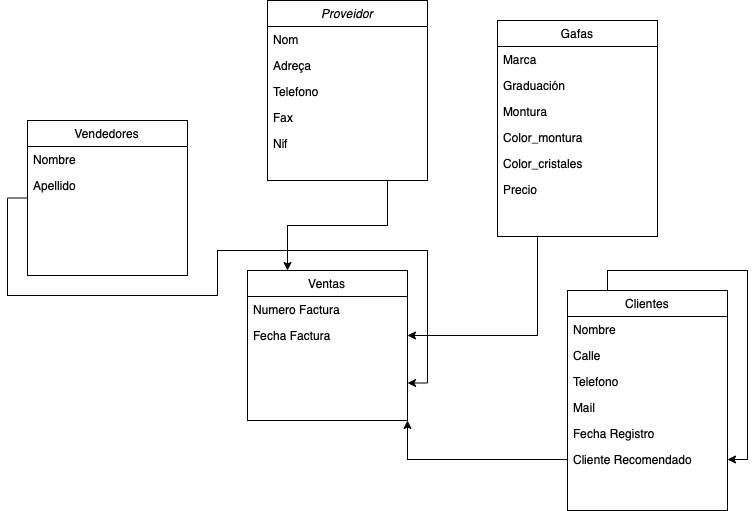
Before: opticaDB/opticaDB.png, a diagram exported from draw.io (En-Pere/mongoDB-estructura). Source tidied: cells renumbered, new cells last; positions are measured from the earlier drawing's top-left corner, leaving out a move shared by most shapes.
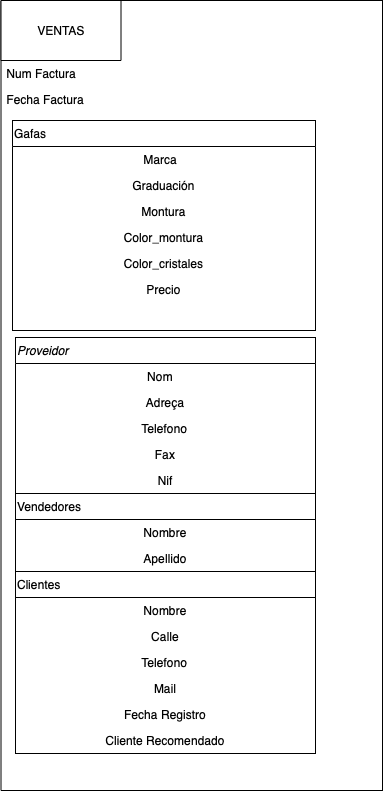
Later version of the same file.

What changed in the source:
```diff
@@ -2,98 +2,86 @@
   <root>
     <mxCell id="0" />
     <mxCell id="1" parent="0" />
-    <mxCell id="2" style="edgeStyle=orthogonalEdgeStyle;rounded=0;jettySize=auto;html=1;exitX=0.75;exitY=1;exitDx=0;exitDy=0;entryX=0.25;entryY=0;entryDx=0;entryDy=0;" parent="1" edge="1" source="3" target="29">
-      <mxGeometry relative="1" as="geometry" />
-    </mxCell>
+    <mxCell id="33" style="rounded=0;whiteSpace=wrap;html=1;" parent="1" vertex="1">
+      <mxGeometry x="-701.5" y="-10" width="381.5" height="790" as="geometry" />
+    </mxCell>
+    <mxCell id="34" value="VENTAS" style="rounded=0;whiteSpace=wrap;html=1;" parent="1" vertex="1">
+      <mxGeometry x="-701.5" y="-10" width="120" height="60" as="geometry" />
+    </mxCell>
+    <mxCell id="35" value="Num Factura" style="text;align=left;verticalAlign=top;spacingLeft=4;spacingRight=4;overflow=hidden;" parent="1" vertex="1">
+      <mxGeometry x="-701.5" y="50" width="343" height="26" as="geometry" />
+    </mxCell>
+    <mxCell id="31" value="Fecha Factura" style="text;align=left;verticalAlign=top;spacingLeft=4;spacingRight=4;overflow=hidden;points=[[0,0.5],[1,0.5]];portConstraint=eastwest;" parent="1" vertex="1">
+      <mxGeometry x="-701.5" y="76" width="343" height="26" as="geometry" />
+    </mxCell>
+    <mxCell id="22" value="Gafas" style="swimlane;fontStyle=0;align=left;verticalAlign=top;horizontal=1;startSize=26;rounded=0;shadow=0;strokeWidth=1;" parent="1" vertex="1">
+      <mxGeometry x="-690" y="110" width="303" height="210" as="geometry" />
+    </mxCell>
+    <mxCell id="23" value="Marca  " style="text;align=center;verticalAlign=top;spacingLeft=4;spacingRight=4;overflow=hidden;" parent="22" vertex="1">
+      <mxGeometry y="26" width="303" height="26" as="geometry" />
+    </mxCell>
+    <mxCell id="24" value="Graduación" style="text;align=center;verticalAlign=top;spacingLeft=4;spacingRight=4;overflow=hidden;rounded=0;shadow=0;html=0;" parent="22" vertex="1">
+      <mxGeometry y="52" width="303" height="26" as="geometry" />
+    </mxCell>
+    <mxCell id="25" value="Montura" style="text;align=center;verticalAlign=top;spacingLeft=4;spacingRight=4;overflow=hidden;rounded=0;shadow=0;html=0;" parent="22" vertex="1">
+      <mxGeometry y="78" width="303" height="26" as="geometry" />
+    </mxCell>
+    <mxCell id="26" value="Color_montura" style="text;align=center;verticalAlign=top;spacingLeft=4;spacingRight=4;overflow=hidden;rounded=0;shadow=0;html=0;" parent="22" vertex="1">
+      <mxGeometry y="104" width="303" height="26" as="geometry" />
+    </mxCell>
+    <mxCell id="27" value="Color_cristales" style="text;align=center;verticalAlign=top;spacingLeft=4;spacingRight=4;overflow=hidden;rounded=0;shadow=0;html=0;" parent="22" vertex="1">
+      <mxGeometry y="130" width="303" height="26" as="geometry" />
+    </mxCell>
+    <mxCell id="28" value="Precio" style="text;align=center;verticalAlign=top;spacingLeft=4;spacingRight=4;overflow=hidden;" parent="22" vertex="1">
+      <mxGeometry y="156" width="303" height="26" as="geometry" />
+    </mxCell>
-    <mxCell id="3" value="Proveidor" style="swimlane;fontStyle=2;align=center;verticalAlign=top;horizontal=1;startSize=26;rounded=0;shadow=0;strokeWidth=1;" parent="1" vertex="1">
-      <mxGeometry x="240" width="160" height="180" as="geometry" />
+    <mxCell id="3" value="Proveidor" style="swimlane;fontStyle=2;align=left;verticalAlign=top;horizontal=1;startSize=26;rounded=0;shadow=0;strokeWidth=1;" parent="1" vertex="1">
+      <mxGeometry x="-687" y="327" width="300" height="416" as="geometry" />
     </mxCell>
-    <mxCell id="4" value="Nom   " style="text;align=left;verticalAlign=top;spacingLeft=4;spacingRight=4;overflow=hidden;" parent="3" vertex="1">
-      <mxGeometry y="26" width="160" height="26" as="geometry" />
+    <mxCell id="4" value="Nom   " style="text;align=center;verticalAlign=top;spacingLeft=4;spacingRight=4;overflow=hidden;" parent="3" vertex="1">
+      <mxGeometry y="26" width="300" height="26" as="geometry" />
     </mxCell>
-    <mxCell id="5" value="Adreça" style="text;align=left;verticalAlign=top;spacingLeft=4;spacingRight=4;overflow=hidden;rounded=0;shadow=0;html=0;" parent="3" vertex="1">
-      <mxGeometry y="52" width="160" height="26" as="geometry" />
+    <mxCell id="5" value="Adreça" style="text;align=center;verticalAlign=top;spacingLeft=4;spacingRight=4;overflow=hidden;rounded=0;shadow=0;html=0;" parent="3" vertex="1">
+      <mxGeometry y="52" width="300" height="26" as="geometry" />
     </mxCell>
-    <mxCell id="6" value="Telefono" style="text;align=left;verticalAlign=top;spacingLeft=4;spacingRight=4;overflow=hidden;rounded=0;shadow=0;html=0;" parent="3" vertex="1">
-      <mxGeometry y="78" width="160" height="26" as="geometry" />
+    <mxCell id="6" value="Telefono" style="text;align=center;verticalAlign=top;spacingLeft=4;spacingRight=4;overflow=hidden;rounded=0;shadow=0;html=0;" parent="3" vertex="1">
+      <mxGeometry y="78" width="300" height="26" as="geometry" />
     </mxCell>
-    <mxCell id="7" value="Fax" style="text;align=left;verticalAlign=top;spacingLeft=4;spacingRight=4;overflow=hidden;rounded=0;shadow=0;html=0;" parent="3" vertex="1">
-      <mxGeometry y="104" width="160" height="26" as="geometry" />
+    <mxCell id="7" value="Fax" style="text;align=center;verticalAlign=top;spacingLeft=4;spacingRight=4;overflow=hidden;rounded=0;shadow=0;html=0;" parent="3" vertex="1">
+      <mxGeometry y="104" width="300" height="26" as="geometry" />
     </mxCell>
-    <mxCell id="8" value="Nif" style="text;align=left;verticalAlign=top;spacingLeft=4;spacingRight=4;overflow=hidden;rounded=0;shadow=0;html=0;" parent="3" vertex="1">
-      <mxGeometry y="130" width="160" height="26" as="geometry" />
+    <mxCell id="8" value="Nif" style="text;align=center;verticalAlign=top;spacingLeft=4;spacingRight=4;overflow=hidden;rounded=0;shadow=0;html=0;" parent="3" vertex="1">
+      <mxGeometry y="130" width="300" height="26" as="geometry" />
     </mxCell>
+    <mxCell id="18" value="Vendedores" style="swimlane;fontStyle=0;align=left;verticalAlign=top;horizontal=1;startSize=26;rounded=0;shadow=0;strokeWidth=1;" parent="3" vertex="1">
+      <mxGeometry y="156" width="300" height="260" as="geometry" />
+    </mxCell>
+    <mxCell id="19" value="Nombre" style="text;align=center;verticalAlign=top;spacingLeft=4;spacingRight=4;overflow=hidden;" parent="18" vertex="1">
+      <mxGeometry y="26" width="300" height="26" as="geometry" />
+    </mxCell>
+    <mxCell id="20" value="Apellido" style="text;align=center;verticalAlign=top;spacingLeft=4;spacingRight=4;overflow=hidden;" parent="18" vertex="1">
+      <mxGeometry y="52" width="300" height="26" as="geometry" />
+    </mxCell>
-    <mxCell id="9" value="Clientes" style="swimlane;fontStyle=0;align=center;verticalAlign=top;horizontal=1;startSize=26;rounded=0;shadow=0;strokeWidth=1;" parent="1" vertex="1">
-      <mxGeometry x="540" y="290" width="160" height="220" as="geometry" />
+    <mxCell id="9" value="Clientes" style="swimlane;fontStyle=0;align=left;verticalAlign=top;horizontal=1;startSize=26;rounded=0;shadow=0;strokeWidth=1;" parent="18" vertex="1">
+      <mxGeometry y="78" width="300" height="182" as="geometry" />
     </mxCell>
-    <mxCell id="10" value="Nombre" style="text;align=left;verticalAlign=top;spacingLeft=4;spacingRight=4;overflow=hidden;" parent="9" vertex="1">
-      <mxGeometry y="26" width="160" height="26" as="geometry" />
+    <mxCell id="10" value="Nombre" style="text;align=center;verticalAlign=top;spacingLeft=4;spacingRight=4;overflow=hidden;" parent="9" vertex="1">
+      <mxGeometry y="26" width="300" height="26" as="geometry" />
     </mxCell>
-    <mxCell id="11" value="Calle" style="text;align=left;verticalAlign=top;spacingLeft=4;spacingRight=4;overflow=hidden;rounded=0;shadow=0;html=0;" parent="9" vertex="1">
-      <mxGeometry y="52" width="160" height="26" as="geometry" />
+    <mxCell id="11" value="Calle" style="text;align=center;verticalAlign=top;spacingLeft=4;spacingRight=4;overflow=hidden;rounded=0;shadow=0;html=0;" parent="9" vertex="1">
+      <mxGeometry y="52" width="300" height="26" as="geometry" />
     </mxCell>
-    <mxCell id="12" value="Telefono" style="text;align=left;verticalAlign=top;spacingLeft=4;spacingRight=4;overflow=hidden;rounded=0;shadow=0;html=0;" parent="9" vertex="1">
-      <mxGeometry y="78" width="160" height="26" as="geometry" />
+    <mxCell id="12" value="Telefono" style="text;align=center;verticalAlign=top;spacingLeft=4;spacingRight=4;overflow=hidden;rounded=0;shadow=0;html=0;" parent="9" vertex="1">
+      <mxGeometry y="78" width="300" height="26" as="geometry" />
     </mxCell>
-    <mxCell id="13" value="Mail" style="text;align=left;verticalAlign=top;spacingLeft=4;spacingRight=4;overflow=hidden;rounded=0;shadow=0;html=0;" parent="9" vertex="1">
-      <mxGeometry y="104" width="160" height="26" as="geometry" />
+    <mxCell id="13" value="Mail" style="text;align=center;verticalAlign=top;spacingLeft=4;spacingRight=4;overflow=hidden;rounded=0;shadow=0;html=0;" parent="9" vertex="1">
+      <mxGeometry y="104" width="300" height="26" as="geometry" />
     </mxCell>
-    <mxCell id="14" value="Fecha Registro" style="text;align=left;verticalAlign=top;spacingLeft=4;spacingRight=4;overflow=hidden;rounded=0;shadow=0;html=0;" parent="9" vertex="1">
-      <mxGeometry y="130" width="160" height="26" as="geometry" />
+    <mxCell id="14" value="Fecha Registro" style="text;align=center;verticalAlign=top;spacingLeft=4;spacingRight=4;overflow=hidden;rounded=0;shadow=0;html=0;" parent="9" vertex="1">
+      <mxGeometry y="130" width="300" height="26" as="geometry" />
     </mxCell>
-    <mxCell id="15" value="Cliente Recomendado" style="text;align=left;verticalAlign=top;spacingLeft=4;spacingRight=4;overflow=hidden;points=[[0,0.5],[1,0.5]];portConstraint=eastwest;rounded=0;shadow=0;html=0;" parent="9" vertex="1">
-      <mxGeometry y="156" width="160" height="26" as="geometry" />
+    <mxCell id="15" value="Cliente Recomendado" style="text;align=center;verticalAlign=top;spacingLeft=4;spacingRight=4;overflow=hidden;points=[[0,0.5],[1,0.5]];portConstraint=eastwest;rounded=0;shadow=0;html=0;" parent="9" vertex="1">
+      <mxGeometry y="156" width="300" height="26" as="geometry" />
     </mxCell>
-    <mxCell id="16" style="edgeStyle=orthogonalEdgeStyle;rounded=0;jettySize=auto;html=1;exitX=0.25;exitY=0;exitDx=0;exitDy=0;entryX=1;entryY=0.5;entryDx=0;entryDy=0;" parent="9" edge="1" source="9" target="15">
-      <mxGeometry relative="1" as="geometry" />
-    </mxCell>
-    <mxCell id="17" style="edgeStyle=orthogonalEdgeStyle;rounded=0;jettySize=auto;html=1;exitX=0;exitY=0.5;exitDx=0;exitDy=0;entryX=1;entryY=0.75;entryDx=0;entryDy=0;" parent="1" edge="1" source="18" target="29">
-      <mxGeometry relative="1" as="geometry" />
-    </mxCell>
-    <mxCell id="18" value="Vendedores" style="swimlane;fontStyle=0;align=center;verticalAlign=top;horizontal=1;startSize=26;rounded=0;shadow=0;strokeWidth=1;" parent="1" vertex="1">
-      <mxGeometry y="120" width="160" height="155" as="geometry" />
-    </mxCell>
-    <mxCell id="19" value="Nombre" style="text;align=left;verticalAlign=top;spacingLeft=4;spacingRight=4;overflow=hidden;" parent="18" vertex="1">
-      <mxGeometry y="26" width="160" height="26" as="geometry" />
-    </mxCell>
-    <mxCell id="20" value="Apellido" style="text;align=left;verticalAlign=top;spacingLeft=4;spacingRight=4;overflow=hidden;" parent="18" vertex="1">
-      <mxGeometry y="52" width="160" height="26" as="geometry" />
-    </mxCell>
-    <mxCell id="21" style="edgeStyle=orthogonalEdgeStyle;rounded=0;jettySize=auto;html=1;exitX=0.25;exitY=1;exitDx=0;exitDy=0;entryX=1;entryY=0.5;entryDx=0;entryDy=0;" parent="1" edge="1" source="22" target="31">
-      <mxGeometry relative="1" as="geometry" />
-    </mxCell>
-    <mxCell id="22" value="Gafas" style="swimlane;fontStyle=0;align=center;verticalAlign=top;horizontal=1;startSize=26;rounded=0;shadow=0;strokeWidth=1;" parent="1" vertex="1">
-      <mxGeometry x="470" y="20" width="160" height="216" as="geometry" />
-    </mxCell>
-    <mxCell id="23" value="Marca  " style="text;align=left;verticalAlign=top;spacingLeft=4;spacingRight=4;overflow=hidden;" parent="22" vertex="1">
-      <mxGeometry y="26" width="160" height="26" as="geometry" />
-    </mxCell>
-    <mxCell id="24" value="Graduación" style="text;align=left;verticalAlign=top;spacingLeft=4;spacingRight=4;overflow=hidden;rounded=0;shadow=0;html=0;" parent="22" vertex="1">
-      <mxGeometry y="52" width="160" height="26" as="geometry" />
-    </mxCell>
-    <mxCell id="25" value="Montura" style="text;align=left;verticalAlign=top;spacingLeft=4;spacingRight=4;overflow=hidden;rounded=0;shadow=0;html=0;" parent="22" vertex="1">
-      <mxGeometry y="78" width="160" height="26" as="geometry" />
-    </mxCell>
-    <mxCell id="26" value="Color_montura" style="text;align=left;verticalAlign=top;spacingLeft=4;spacingRight=4;overflow=hidden;rounded=0;shadow=0;html=0;" parent="22" vertex="1">
-      <mxGeometry y="104" width="160" height="26" as="geometry" />
-    </mxCell>
-    <mxCell id="27" value="Color_cristales" style="text;align=left;verticalAlign=top;spacingLeft=4;spacingRight=4;overflow=hidden;rounded=0;shadow=0;html=0;" parent="22" vertex="1">
-      <mxGeometry y="130" width="160" height="26" as="geometry" />
-    </mxCell>
-    <mxCell id="28" value="Precio" style="text;align=left;verticalAlign=top;spacingLeft=4;spacingRight=4;overflow=hidden;" parent="22" vertex="1">
-      <mxGeometry y="156" width="160" height="26" as="geometry" />
-    </mxCell>
-    <mxCell id="29" value="Ventas" style="swimlane;fontStyle=0;align=center;verticalAlign=top;horizontal=1;startSize=26;rounded=0;shadow=0;strokeWidth=1;" parent="1" vertex="1">
-      <mxGeometry x="220" y="270" width="160" height="150" as="geometry" />
-    </mxCell>
-    <mxCell id="30" value="Numero Factura" style="text;align=left;verticalAlign=top;spacingLeft=4;spacingRight=4;overflow=hidden;" parent="29" vertex="1">
-      <mxGeometry y="26" width="160" height="26" as="geometry" />
-    </mxCell>
-    <mxCell id="31" value="Fecha Factura" style="text;align=left;verticalAlign=top;spacingLeft=4;spacingRight=4;overflow=hidden;points=[[0,0.5],[1,0.5]];portConstraint=eastwest;" parent="29" vertex="1">
-      <mxGeometry y="52" width="160" height="26" as="geometry" />
-    </mxCell>
-    <mxCell id="32" style="edgeStyle=orthogonalEdgeStyle;rounded=0;jettySize=auto;html=1;exitX=0;exitY=0.5;exitDx=0;exitDy=0;entryX=1;entryY=1;entryDx=0;entryDy=0;" parent="1" edge="1" source="15" target="29">
-      <mxGeometry relative="1" as="geometry" />
-    </mxCell>
   </root>
 </mxGraphModel>
```
